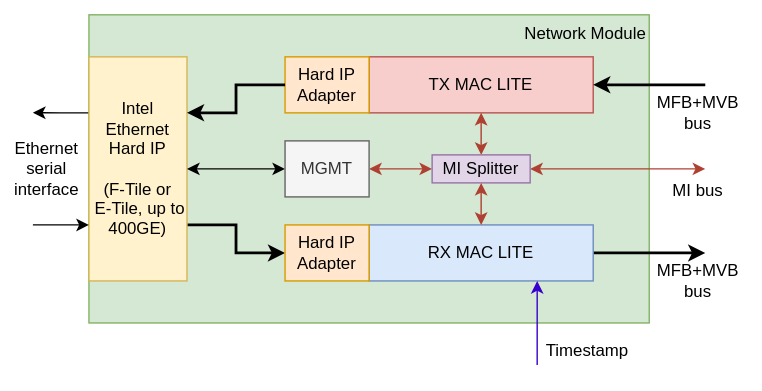
This is intel/doc/img/network_module_arch.svg from CESNET/ndk-core, a draw.io export, as it was before one commit. Source tidied: cells renumbered, new cells last; positions are measured from the earlier drawing's top-left corner, leaving out a move shared by most shapes. Source of this version:
```xml
<mxGraphModel>
  <root>
    <mxCell id="0" />
    <mxCell id="1" parent="0" />
    <mxCell id="2" value="Network Module" style="rounded=0;whiteSpace=wrap;html=1;fillColor=#d5e8d4;strokeColor=#82b366;align=right;verticalAlign=top;" parent="1" vertex="1">
      <mxGeometry x="50" width="400" height="220" as="geometry" />
    </mxCell>
    <mxCell id="3" style="edgeStyle=orthogonalEdgeStyle;rounded=0;jettySize=auto;html=1;exitX=1;exitY=0.75;exitDx=0;exitDy=0;entryX=0;entryY=0.5;entryDx=0;entryDy=0;startArrow=none;startFill=0;strokeWidth=2;" parent="1" edge="1" source="5" target="17">
      <mxGeometry relative="1" as="geometry" />
    </mxCell>
    <mxCell id="4" style="edgeStyle=orthogonalEdgeStyle;rounded=0;jettySize=auto;html=1;exitX=0;exitY=0.25;exitDx=0;exitDy=0;startArrow=none;startFill=0;strokeWidth=1;" parent="1" edge="1" source="5">
      <mxGeometry relative="1" as="geometry">
        <mxPoint x="10" y="69.9" as="targetPoint" />
      </mxGeometry>
    </mxCell>
    <mxCell id="5" value="Intel Ethernet Hard IP&lt;br&gt;&lt;br&gt;(F-Tile or&lt;br&gt;&amp;nbsp;E-Tile, up to 400GE)" style="rounded=0;whiteSpace=wrap;html=1;fillColor=#fff2cc;strokeColor=#d6b656;" parent="1" vertex="1">
      <mxGeometry x="50" y="30" width="70" height="160" as="geometry" />
    </mxCell>
    <mxCell id="6" value="TX MAC LITE" style="rounded=0;whiteSpace=wrap;html=1;fillColor=#f8cecc;strokeColor=#b85450;" parent="1" vertex="1">
      <mxGeometry x="250" y="30" width="160" height="40" as="geometry" />
    </mxCell>
    <mxCell id="7" style="edgeStyle=orthogonalEdgeStyle;rounded=0;jettySize=auto;html=1;exitX=1;exitY=0.5;exitDx=0;exitDy=0;strokeWidth=2;" parent="1" edge="1" source="8">
      <mxGeometry relative="1" as="geometry">
        <mxPoint x="490" y="170" as="targetPoint" />
      </mxGeometry>
    </mxCell>
    <mxCell id="8" value="RX MAC LITE" style="rounded=0;whiteSpace=wrap;html=1;fillColor=#dae8fc;strokeColor=#6c8ebf;" parent="1" vertex="1">
      <mxGeometry x="250" y="150" width="160" height="40" as="geometry" />
    </mxCell>
    <mxCell id="9" style="endArrow=classic;html=1;entryX=1;entryY=0.5;entryDx=0;entryDy=0;strokeWidth=2;" parent="1" edge="1" target="6">
      <mxGeometry relative="1" as="geometry">
        <mxPoint x="490" y="50" as="sourcePoint" />
      </mxGeometry>
    </mxCell>
    <mxCell id="10" style="edgeStyle=orthogonalEdgeStyle;rounded=0;jettySize=auto;html=1;exitX=0.5;exitY=0;exitDx=0;exitDy=0;entryX=0.5;entryY=1;entryDx=0;entryDy=0;strokeWidth=1;startArrow=classic;startFill=1;fillColor=#fad9d5;strokeColor=#ae4132;" parent="1" edge="1" source="13" target="6">
      <mxGeometry relative="1" as="geometry" />
    </mxCell>
    <mxCell id="11" style="edgeStyle=orthogonalEdgeStyle;rounded=0;jettySize=auto;html=1;exitX=1;exitY=0.5;exitDx=0;exitDy=0;startArrow=classic;startFill=1;strokeWidth=1;fillColor=#fad9d5;strokeColor=#ae4132;" parent="1" edge="1" source="13">
      <mxGeometry relative="1" as="geometry">
        <mxPoint x="490" y="110" as="targetPoint" />
      </mxGeometry>
    </mxCell>
    <mxCell id="12" style="edgeStyle=orthogonalEdgeStyle;rounded=0;jettySize=auto;html=1;exitX=0;exitY=0.5;exitDx=0;exitDy=0;startArrow=classic;startFill=1;strokeWidth=1;fillColor=#fad9d5;strokeColor=#ae4132;" parent="1" edge="1" source="13" target="19">
      <mxGeometry relative="1" as="geometry" />
    </mxCell>
    <mxCell id="13" value="MI Splitter" style="rounded=0;whiteSpace=wrap;html=1;align=center;verticalAlign=middle;fillColor=#e1d5e7;strokeColor=#9673a6;" parent="1" vertex="1">
      <mxGeometry x="295" y="100" width="70" height="20" as="geometry" />
    </mxCell>
    <mxCell id="14" style="endArrow=classic;startArrow=classic;html=1;strokeWidth=1;entryX=0.5;entryY=1;entryDx=0;entryDy=0;exitX=0.5;exitY=0;exitDx=0;exitDy=0;fillColor=#fad9d5;strokeColor=#ae4132;" parent="1" edge="1" source="8" target="13">
      <mxGeometry relative="1" as="geometry" />
    </mxCell>
    <mxCell id="15" value="Hard IP Adapter" style="rounded=0;whiteSpace=wrap;html=1;fillColor=#ffe6cc;strokeColor=#d79b00;" parent="1" vertex="1">
      <mxGeometry x="190" y="30" width="60" height="40" as="geometry" />
    </mxCell>
    <mxCell id="16" style="edgeStyle=orthogonalEdgeStyle;rounded=0;jettySize=auto;html=1;exitX=0;exitY=0.5;exitDx=0;exitDy=0;entryX=1;entryY=0.25;entryDx=0;entryDy=0;startArrow=none;startFill=0;strokeWidth=2;" parent="1" edge="1" source="15" target="5">
      <mxGeometry relative="1" as="geometry" />
    </mxCell>
    <mxCell id="17" value="Hard IP Adapter" style="rounded=0;whiteSpace=wrap;html=1;fillColor=#ffe6cc;strokeColor=#d79b00;" parent="1" vertex="1">
      <mxGeometry x="190" y="150" width="60" height="40" as="geometry" />
    </mxCell>
    <mxCell id="18" style="edgeStyle=orthogonalEdgeStyle;rounded=0;jettySize=auto;html=1;entryX=1;entryY=0.5;entryDx=0;entryDy=0;startArrow=classic;startFill=1;strokeWidth=1;" parent="1" edge="1" source="19" target="5">
      <mxGeometry relative="1" as="geometry" />
    </mxCell>
    <mxCell id="19" value="MGMT" style="rounded=0;whiteSpace=wrap;html=1;align=center;verticalAlign=middle;fillColor=#f5f5f5;strokeColor=#666666;fontColor=#333333;" parent="1" vertex="1">
      <mxGeometry x="190" y="90" width="60" height="40" as="geometry" />
    </mxCell>
    <mxCell id="20" value="MI bus" style="text;html=1;strokeColor=none;fillColor=none;align=center;verticalAlign=middle;whiteSpace=wrap;rounded=0;" parent="1" vertex="1">
      <mxGeometry x="450" y="116" width="70" height="20" as="geometry" />
    </mxCell>
    <mxCell id="21" value="MFB+MVB bus" style="text;html=1;strokeColor=none;fillColor=none;align=center;verticalAlign=middle;whiteSpace=wrap;rounded=0;" parent="1" vertex="1">
      <mxGeometry x="450" y="180" width="70" height="20" as="geometry" />
    </mxCell>
    <mxCell id="22" value="MFB+MVB bus" style="text;html=1;strokeColor=none;fillColor=none;align=center;verticalAlign=middle;whiteSpace=wrap;rounded=0;" parent="1" vertex="1">
      <mxGeometry x="450" y="60" width="70" height="20" as="geometry" />
    </mxCell>
    <mxCell id="23" style="edgeStyle=orthogonalEdgeStyle;rounded=0;jettySize=auto;html=1;startArrow=none;startFill=0;strokeWidth=1;entryX=0;entryY=0.75;entryDx=0;entryDy=0;" parent="1" edge="1" target="5">
      <mxGeometry relative="1" as="geometry">
        <mxPoint x="10" y="150" as="sourcePoint" />
      </mxGeometry>
    </mxCell>
    <mxCell id="24" value="Ethernet serial interface" style="text;html=1;strokeColor=none;fillColor=none;align=center;verticalAlign=middle;whiteSpace=wrap;rounded=0;" parent="1" vertex="1">
      <mxGeometry y="100" width="40" height="20" as="geometry" />
    </mxCell>
    <mxCell id="25" style="endArrow=classic;html=1;strokeWidth=1;entryX=0.75;entryY=1;entryDx=0;entryDy=0;fillColor=#6a00ff;strokeColor=#3700CC;" parent="1" edge="1" target="8">
      <mxGeometry relative="1" as="geometry">
        <mxPoint x="370" y="250" as="sourcePoint" />
      </mxGeometry>
    </mxCell>
    <mxCell id="26" value="Timestamp" style="text;html=1;strokeColor=none;fillColor=none;align=center;verticalAlign=middle;whiteSpace=wrap;rounded=0;" parent="1" vertex="1">
      <mxGeometry x="382" y="230" width="48" height="20" as="geometry" />
    </mxCell>
  </root>
</mxGraphModel>
```
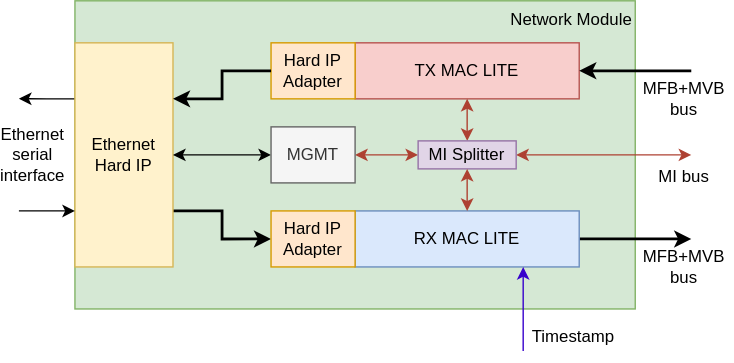
The same diagram one commit later.

Change to the diagram source:
```diff
@@ -13,7 +13,7 @@
         <mxPoint x="10" y="69.9" as="targetPoint" />
       </mxGeometry>
     </mxCell>
-    <mxCell id="5" value="Intel Ethernet Hard IP&lt;br&gt;&lt;br&gt;(F-Tile or&lt;br&gt;&amp;nbsp;E-Tile, up to 400GE)" style="rounded=0;whiteSpace=wrap;html=1;fillColor=#fff2cc;strokeColor=#d6b656;" parent="1" vertex="1">
+    <mxCell id="5" value="Ethernet Hard IP" style="rounded=0;whiteSpace=wrap;html=1;fillColor=#fff2cc;strokeColor=#d6b656;" parent="1" vertex="1">
       <mxGeometry x="50" y="30" width="70" height="160" as="geometry" />
     </mxCell>
     <mxCell id="6" value="TX MAC LITE" style="rounded=0;whiteSpace=wrap;html=1;fillColor=#f8cecc;strokeColor=#b85450;" parent="1" vertex="1">
```
